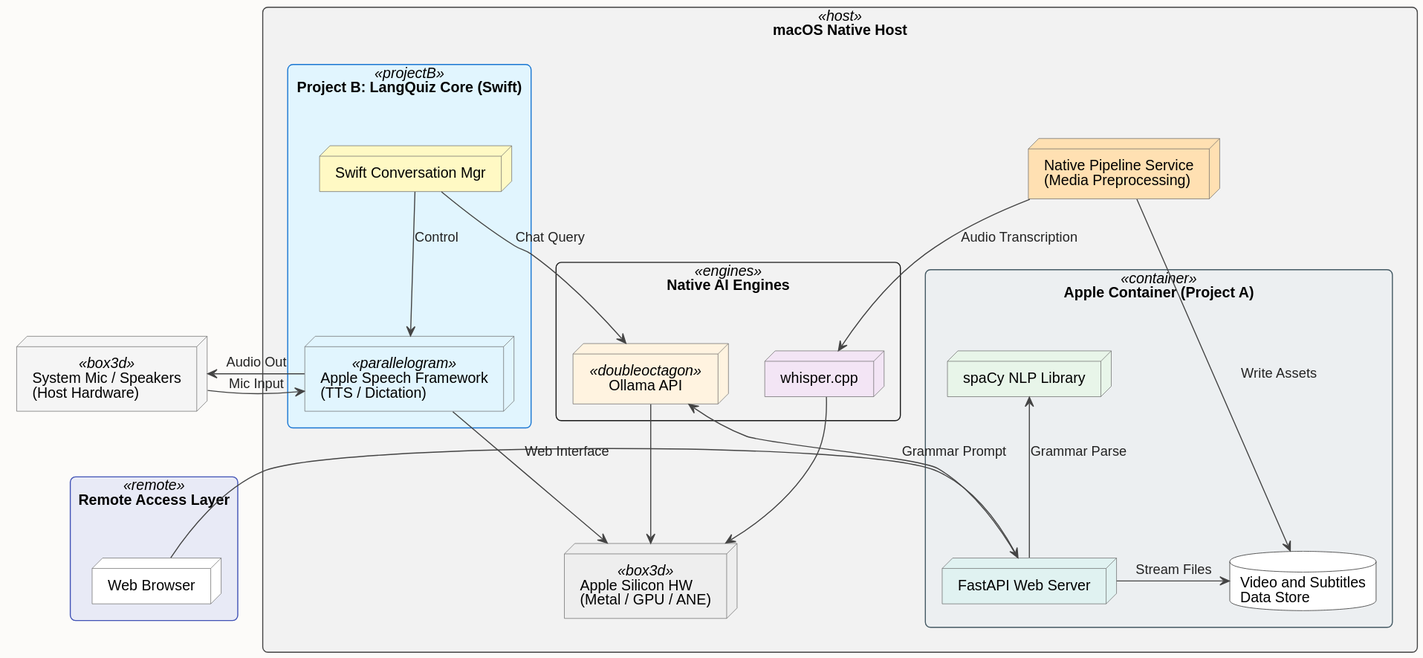
This is plantuml/OmniLingua.svg from mi-parkes/visualization, a PlantUML export, as it was before one commit.
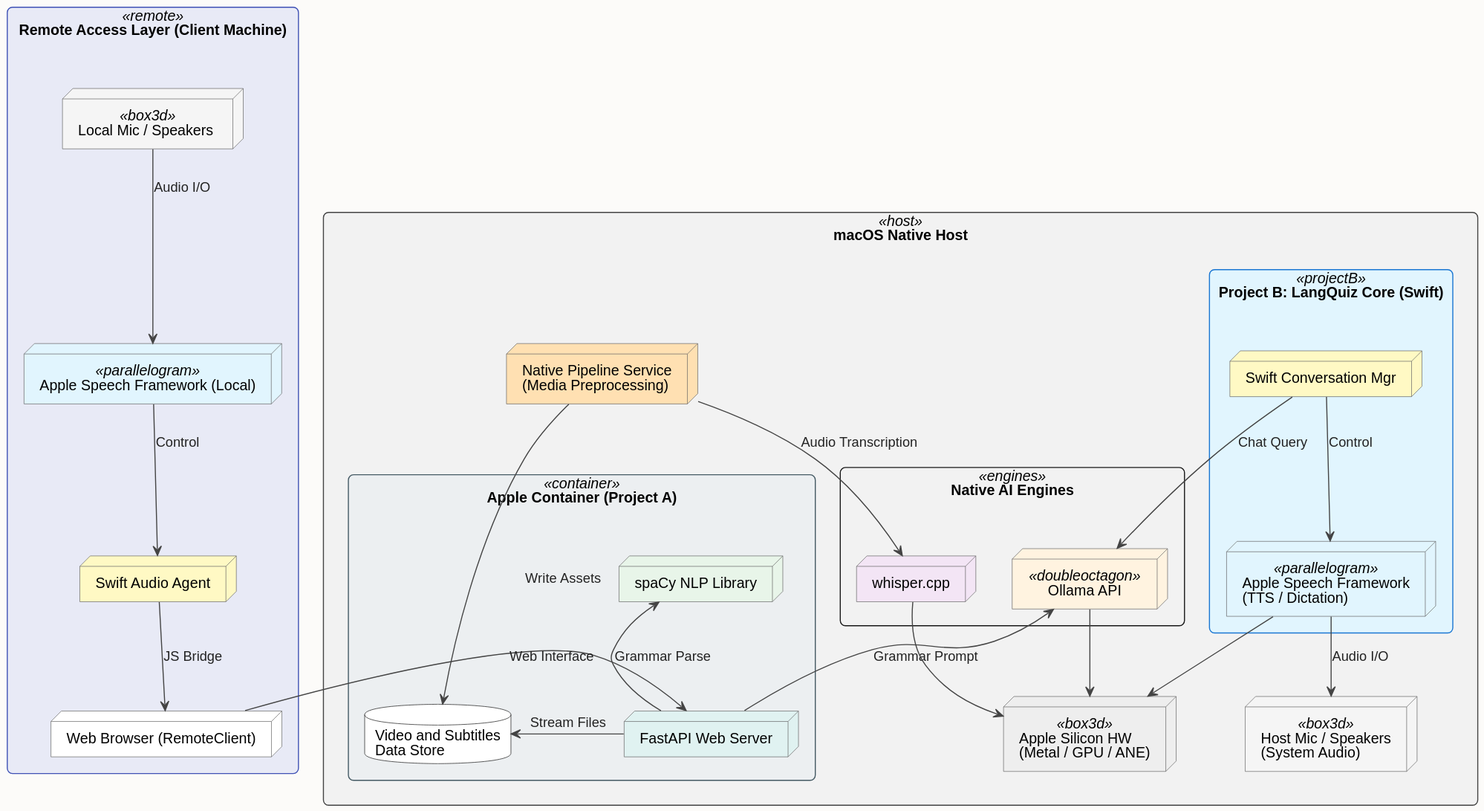
The same file after the commit.

Commit message:
diagram: Adding plantuml example (OmniLingua:  hybrid Project B audio stacking for remote and host)

Diff of the diagram source:
```diff
@@ -33,13 +33,16 @@
 skinparam ArrowFontColor #222222
 
 
-node "System Mic / Speakers\n(Host Hardware)" as AudioIO <<box3d>> #F5F5F5
+rectangle "Remote Access Layer (Client Machine)" <<remote>> {
+    node "Local Mic / Speakers " as ClientHW <<box3d>> #F5F5F5
+    node "Apple Speech Framework (Local)" as ClientSpeech <<parallelogram>> #E1F5FE
+    node "Swift Audio Agent" as ClientAgent #FFF9C4
+    node "Web Browser (RemoteClient)" as RemoteClient #FFFFFF
 
-rectangle "Remote Access Layer" <<remote>> {
-    node "Web Browser" as RemoteClient #FFFFFF
+    ClientHW -down-> ClientSpeech : Audio I/O
+    ClientSpeech -down-> ClientAgent : Control
+    ClientAgent -down-> RemoteClient : JS Bridge
 }
-
-AudioIO -[hidden]down- RemoteClient
 
 rectangle "macOS Native Host" <<host>> {
 
@@ -47,6 +50,9 @@
         node "Swift Conversation Mgr" as ConvMgr #FFF9C4
         node "Apple Speech Framework\n(TTS / Dictation)" as NativeAudio <<parallelogram>> #E1F5FE
     }
+
+    node "Host Mic / Speakers\n(System Audio)" as HostAudioIO <<box3d>> #F5F5F5
+    NativeAudio -down-> HostAudioIO : Audio I/O
 
     rectangle "Native AI Engines" <<engines>> {
         node "Ollama API" as Ollama <<doubleoctagon>> #FFF3E0
@@ -64,9 +70,6 @@
 }
 
 
-AudioIO -right-> NativeAudio : Mic Input
-NativeAudio -left-> AudioIO : Audio Out
-
 RemoteClient -right-> FastAPI : Web Interface
 
 Pipeline -down-> Whisper : Audio Transcription
```
